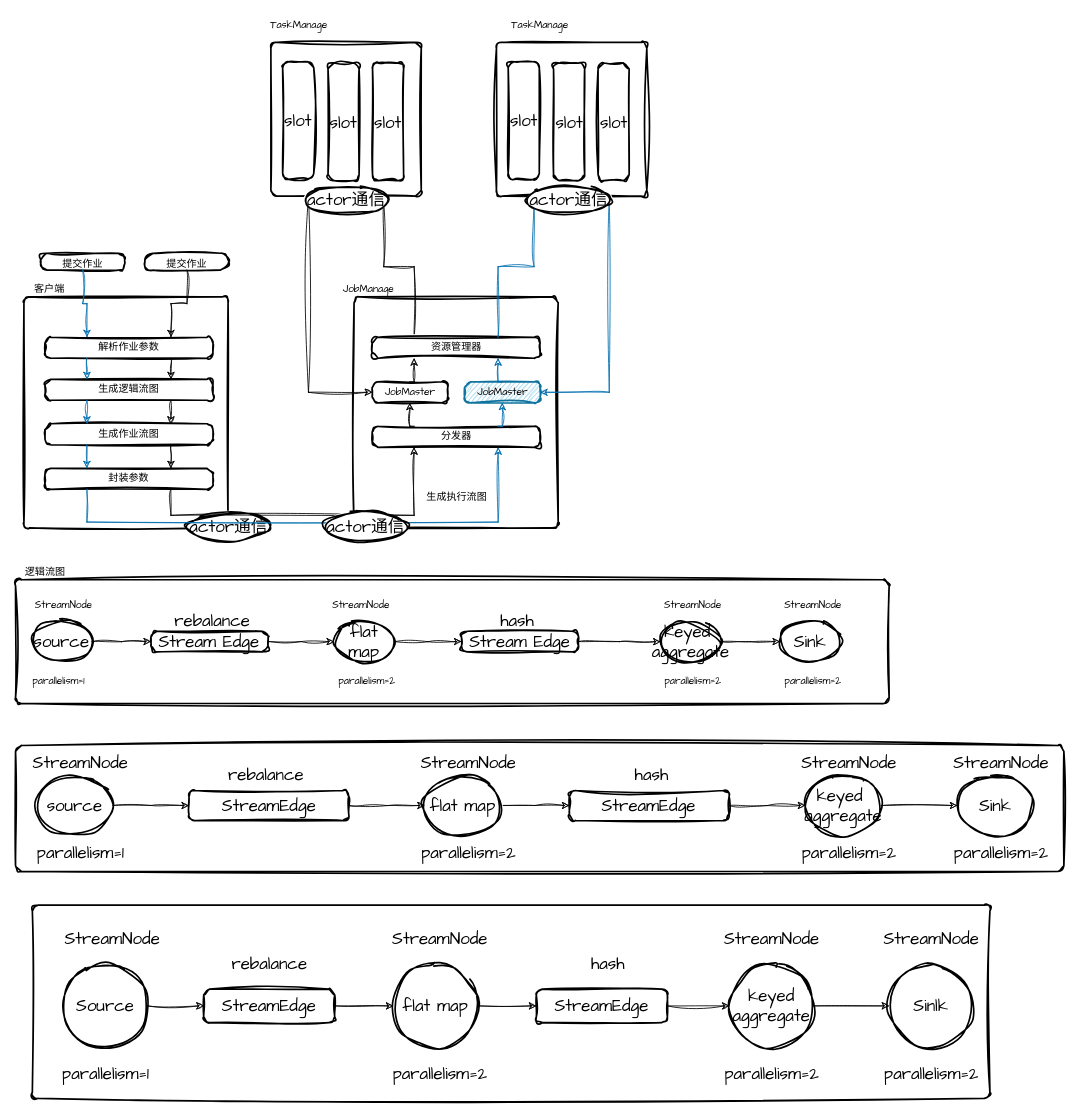
Earlier version of the draw.io diagram flink.drawio (casesdev/draw.io). Source tidied: cells renumbered, new cells numbered last; positions are measured from the earlier drawing's top-left corner, leaving out a move shared by most shapes. Both pictures are drawn from the tidied source at 84%, with x=0, y=0 at pixel (15, 14).
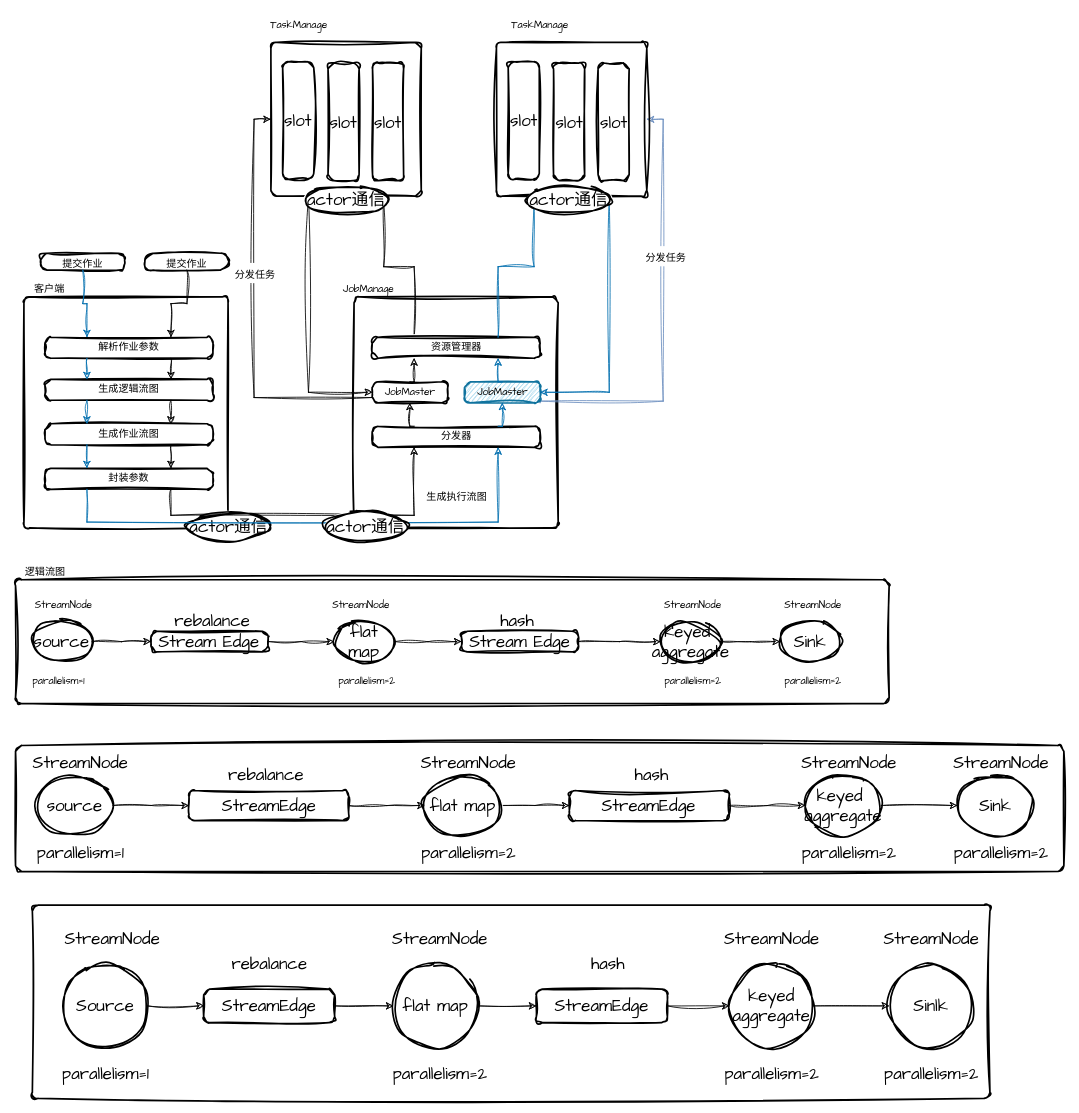
Above is the later version.

The change refers to these unchanged cells:
```xml
<mxCell id="2" style="group;" parent="1" vertex="1">
  <mxGeometry x="10" width="741.5" height="626" as="geometry" />
</mxCell>
<mxCell id="4" style="rounded=1;whiteSpace=wrap;html=1;absoluteArcSize=1;arcSize=14;strokeWidth=2;sketch=1;hachureGap=4;jiggle=2;curveFitting=1;fontFamily=Architects Daughter;fontSize=20;" parent="2" vertex="1">
  <mxGeometry x="294" y="33" width="179" height="183" as="geometry" />
</mxCell>
<mxCell id="24" value="JobMaster" style="rounded=1;whiteSpace=wrap;html=1;absoluteArcSize=1;arcSize=14;strokeWidth=2;sketch=1;hachureGap=4;jiggle=2;curveFitting=1;fontFamily=Architects Daughter;fontSize=12;" parent="2" vertex="1">
  <mxGeometry x="414.5" y="437" width="90" height="25" as="geometry" />
</mxCell>
<mxCell id="27" value="JobMaster" style="rounded=1;whiteSpace=wrap;html=1;absoluteArcSize=1;arcSize=14;strokeWidth=2;sketch=1;hachureGap=4;jiggle=2;curveFitting=1;fontFamily=Architects Daughter;fontSize=12;fillColor=#b1ddf0;strokeColor=#10739e;" parent="2" vertex="1">
  <mxGeometry x="524.5" y="437" width="90" height="25" as="geometry" />
</mxCell>
<mxCell id="37" style="rounded=1;whiteSpace=wrap;html=1;absoluteArcSize=1;arcSize=14;strokeWidth=2;sketch=1;hachureGap=4;jiggle=2;curveFitting=1;fontFamily=Architects Daughter;fontSize=20;" parent="2" vertex="1">
  <mxGeometry x="562.5" y="33" width="179" height="183" as="geometry" />
</mxCell>
```

Change to the diagram source:
```diff
@@
+    <mxCell id="123" style="edgeStyle=orthogonalEdgeStyle;rounded=0;sketch=1;hachureGap=4;jiggle=2;curveFitting=1;jettySize=auto;html=1;exitX=0;exitY=0.75;exitDx=0;exitDy=0;entryX=0;entryY=0.5;entryDx=0;entryDy=0;fontFamily=Architects Daughter;fontSize=16;" parent="2" edge="1" source="24" target="4">
+      <mxGeometry relative="1" as="geometry" />
+    </mxCell>
+    <mxCell id="124" value="&lt;font style=&quot;font-size: 12px;&quot;&gt;分发任务&lt;/font&gt;" style="edgeLabel;html=1;align=center;verticalAlign=middle;fontSize=20;fontFamily=Architects Daughter;" parent="123" vertex="1">
+      <mxGeometry x="0.18" relative="1" as="geometry" />
+    </mxCell>
@@
+    <mxCell id="125" style="edgeStyle=orthogonalEdgeStyle;rounded=0;sketch=1;hachureGap=4;jiggle=2;curveFitting=1;jettySize=auto;html=1;exitX=1;exitY=1;exitDx=0;exitDy=0;entryX=1;entryY=0.5;entryDx=0;entryDy=0;fontFamily=Architects Daughter;fontSize=16;fillColor=#dae8fc;strokeColor=#6c8ebf;" parent="2" edge="1" source="27" target="37">
+      <mxGeometry relative="1" as="geometry">
+        <Array as="points">
+          <mxPoint x="615" y="460" />
+          <mxPoint x="761" y="460" />
+          <mxPoint x="761" y="124" />
+        </Array>
+      </mxGeometry>
+    </mxCell>
+    <mxCell id="126" value="&lt;font style=&quot;font-size: 12px;&quot;&gt;分发任务&lt;/font&gt;" style="edgeLabel;html=1;align=center;verticalAlign=middle;fontSize=20;fontFamily=Architects Daughter;" parent="125" vertex="1">
+      <mxGeometry x="0.28" y="-2" relative="1" as="geometry" />
+    </mxCell>
```
